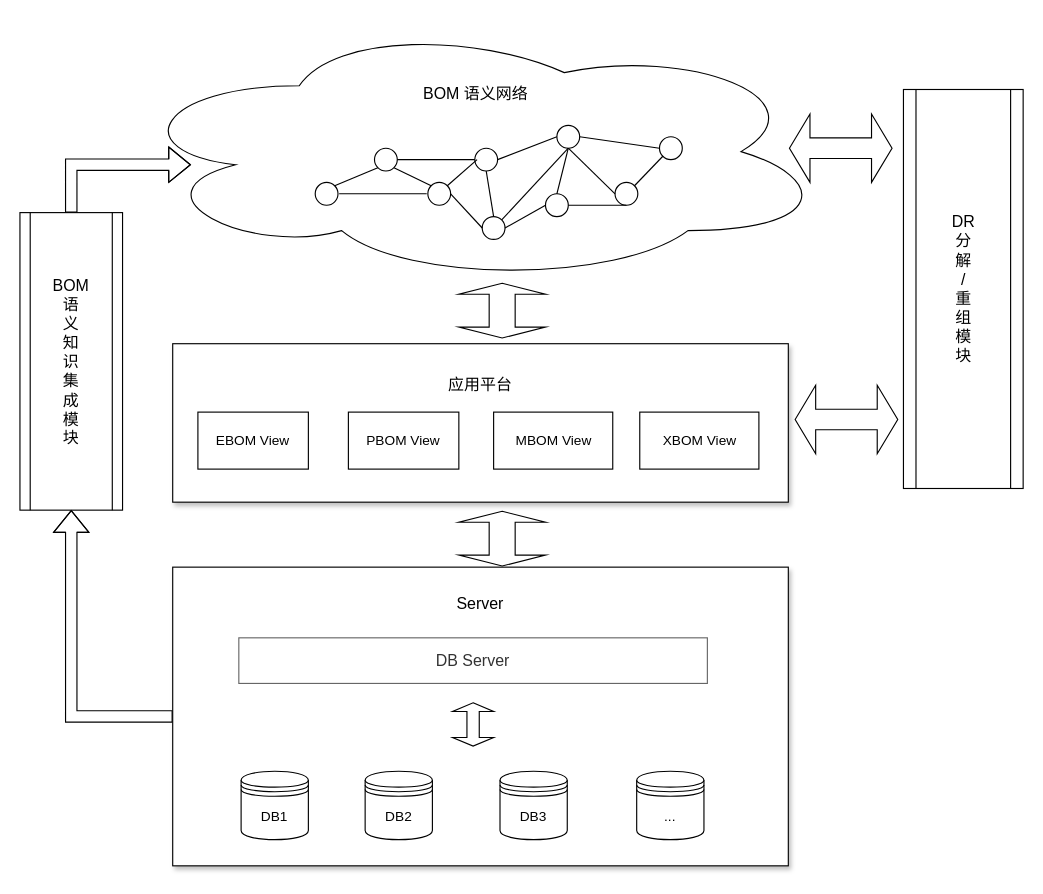
This is BOM/BOM-sys-structure.drawio from littlelittlemoon/DiagramsRepository, a draw.io file, before an edit. Source tidied: cells renumbered, new cells numbered last; positions are measured from the earlier drawing's top-left corner, leaving out a move shared by most shapes. Both pictures are drawn from the tidied source at 114%, with x=0, y=0 at pixel (19, 19).
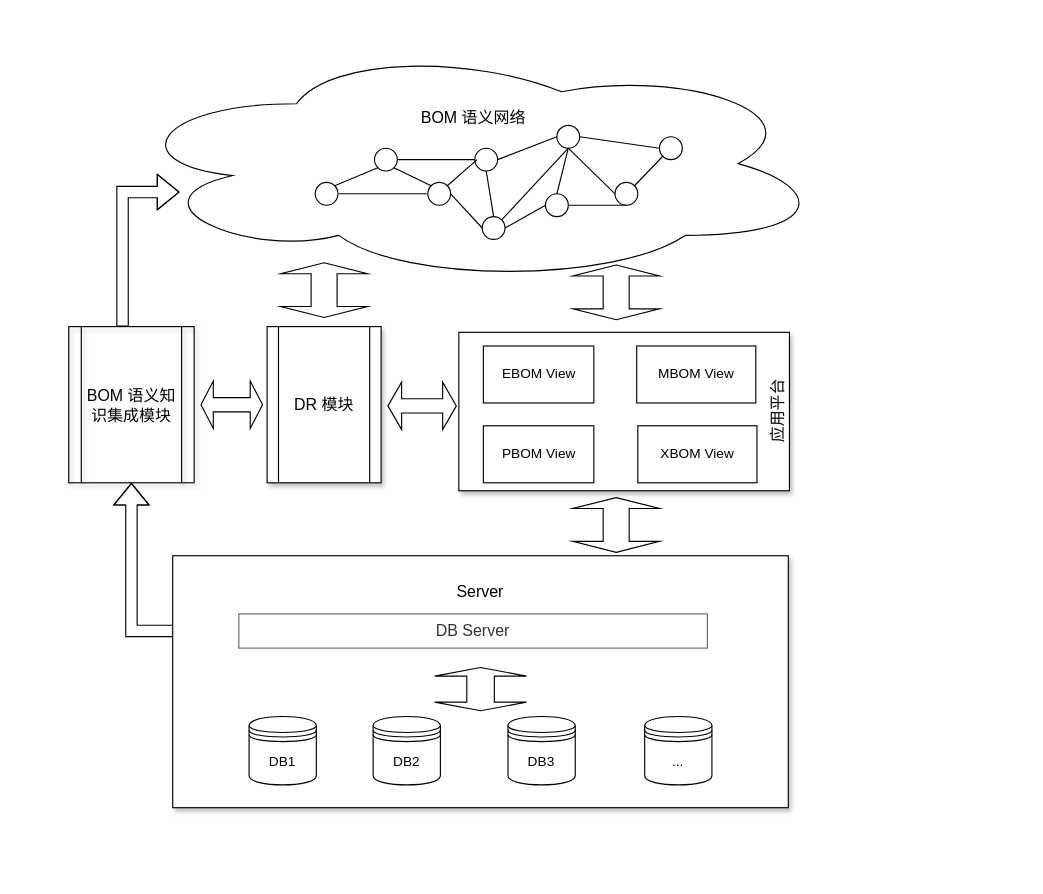
After the change.

The edit, as a diff of the source:
```diff
@@
-    <mxCell id="2" value="&lt;font style=&quot;font-size: 14px&quot;&gt;&lt;br&gt;应用平台&lt;/font&gt;" style="whiteSpace=wrap;html=1;shadow=1;fontSize=16;verticalAlign=top;" parent="1" vertex="1">
-      <mxGeometry x="134" y="284" width="540" height="139" as="geometry" />
+    <mxCell id="2" value="&lt;font style=&quot;font-size: 14px&quot;&gt;&lt;br&gt;应用平台&lt;/font&gt;" style="whiteSpace=wrap;html=1;shadow=1;fontSize=16;verticalAlign=bottom;horizontal=0;align=center;" parent="1" vertex="1">
+      <mxGeometry x="385" y="274" width="290" height="139" as="geometry" />
     </mxCell>
     <mxCell id="3" value="&lt;br style=&quot;font-size: 14px&quot;&gt;&lt;br style=&quot;font-size: 14px&quot;&gt;&lt;br style=&quot;font-size: 14px&quot;&gt;BOM 语义网络" style="ellipse;shape=cloud;whiteSpace=wrap;html=1;verticalAlign=top;fontSize=14;" parent="1" vertex="1">
-      <mxGeometry x="90" width="620" height="231" as="geometry" />
+      <mxGeometry x="87.5" y="21" width="620" height="210" as="geometry" />
     </mxCell>
@@
-    <mxCell id="28" style="edgeStyle=orthogonalEdgeStyle;shape=flexArrow;rounded=0;jettySize=auto;html=1;entryX=0.5;entryY=1;entryDx=0;entryDy=0;fontSize=12;strokeColor=default;fillColor=none;" parent="1" edge="1" source="29" target="43">
+    <mxCell id="28" style="edgeStyle=orthogonalEdgeStyle;shape=flexArrow;rounded=0;jettySize=auto;html=1;entryX=0.5;entryY=1;entryDx=0;entryDy=0;fontSize=12;strokeColor=default;fillColor=none;exitX=0;exitY=0.5;exitDx=0;exitDy=0;" parent="1" edge="1" source="30" target="43">
       <mxGeometry relative="1" as="geometry" />
     </mxCell>
     <mxCell id="29" value="&lt;font style=&quot;font-size: 14px;&quot;&gt;&lt;br style=&quot;font-size: 14px;&quot;&gt;Server&lt;/font&gt;" style="whiteSpace=wrap;html=1;shadow=1;fontSize=14;verticalAlign=top;" parent="1" vertex="1">
-      <mxGeometry x="134" y="480" width="540" height="262" as="geometry" />
+      <mxGeometry x="134" y="470" width="540" height="221" as="geometry" />
     </mxCell>
     <mxCell id="30" value="DB Server" style="whiteSpace=wrap;html=1;shadow=0;fontSize=14;fillColor=none;strokeColor=#666666;verticalAlign=middle;fontColor=#333333;" parent="1" vertex="1">
-      <mxGeometry x="192" y="542" width="411" height="40" as="geometry" />
+      <mxGeometry x="192" y="521" width="411" height="30" as="geometry" />
     </mxCell>
     <mxCell id="31" style="shape=doubleArrow;whiteSpace=wrap;html=1;fontSize=10;verticalAlign=top;direction=south;" parent="1" vertex="1">
-      <mxGeometry x="379.5" y="599" width="36" height="38" as="geometry" />
+      <mxGeometry x="363.8" y="568" width="80.5" height="38" as="geometry" />
     </mxCell>
     <mxCell id="32" style="shape=doubleArrow;whiteSpace=wrap;html=1;fontSize=10;verticalAlign=top;direction=south;" parent="1" vertex="1">
-      <mxGeometry x="385" y="231" width="76" height="48" as="geometry" />
+      <mxGeometry x="485" y="215" width="76" height="48" as="geometry" />
     </mxCell>
-    <mxCell id="33" value="&lt;span style=&quot;font-size: 14px ; background-color: rgb(255 , 255 , 255)&quot;&gt;DR &lt;br&gt;分&lt;br&gt;解&lt;br&gt;/&lt;br&gt;重&lt;br&gt;组&lt;br&gt;模&lt;br&gt;块&lt;/span&gt;" style="shape=process;whiteSpace=wrap;html=1;backgroundOutline=1;fontSize=10;verticalAlign=middle;" parent="1" vertex="1">
-      <mxGeometry x="775" y="61" width="105" height="350" as="geometry" />
+    <mxCell id="33" value="&lt;span style=&quot;font-size: 14px ; background-color: rgb(255 , 255 , 255)&quot;&gt;DR 模块&lt;/span&gt;" style="shape=process;whiteSpace=wrap;html=1;backgroundOutline=1;fontSize=10;verticalAlign=middle;shadow=1;" parent="1" vertex="1">
+      <mxGeometry x="216.8" y="269" width="100" height="137" as="geometry" />
     </mxCell>
     <mxCell id="34" value="DB1" style="shape=datastore;whiteSpace=wrap;html=1;" parent="1" vertex="1">
-      <mxGeometry x="194" y="659" width="59" height="60" as="geometry" />
+      <mxGeometry x="201" y="611" width="59" height="60" as="geometry" />
     </mxCell>
     <mxCell id="35" value="DB2" style="shape=datastore;whiteSpace=wrap;html=1;" parent="1" vertex="1">
-      <mxGeometry x="302.8" y="659" width="59" height="60" as="geometry" />
+      <mxGeometry x="309.8" y="611" width="59" height="60" as="geometry" />
     </mxCell>
     <mxCell id="36" value="DB3" style="shape=datastore;whiteSpace=wrap;html=1;" parent="1" vertex="1">
-      <mxGeometry x="421.1" y="659" width="59" height="60" as="geometry" />
+      <mxGeometry x="428.1" y="611" width="59" height="60" as="geometry" />
     </mxCell>
     <mxCell id="37" value="..." style="shape=datastore;whiteSpace=wrap;html=1;" parent="1" vertex="1">
-      <mxGeometry x="541" y="659" width="59" height="60" as="geometry" />
+      <mxGeometry x="548" y="611" width="59" height="60" as="geometry" />
     </mxCell>
     <mxCell id="38" value="&lt;font style=&quot;font-size: 12px;&quot;&gt;X&lt;/font&gt;BOM View" style="whiteSpace=wrap;html=1;shadow=0;fontSize=12;fillColor=none;strokeColor=#000000;verticalAlign=middle;" parent="1" vertex="1">
-      <mxGeometry x="543.7" y="344" width="104.5" height="50" as="geometry" />
+      <mxGeometry x="542" y="356" width="104.5" height="50" as="geometry" />
     </mxCell>
     <mxCell id="39" style="shape=doubleArrow;whiteSpace=wrap;html=1;shadow=0;fontSize=14;strokeColor=#000000;fillColor=none;" parent="1" vertex="1">
-      <mxGeometry x="680" y="320.5" width="90" height="60" as="geometry" />
+      <mxGeometry x="158.8" y="316.8" width="54" height="41.5" as="geometry" />
     </mxCell>
-    <mxCell id="40" style="shape=doubleArrow;whiteSpace=wrap;html=1;shadow=0;fontSize=14;strokeColor=#000000;fillColor=none;" parent="1" vertex="1">
-      <mxGeometry x="675" y="82.5" width="90" height="60" as="geometry" />
-    </mxCell>
     <mxCell id="41" style="shape=doubleArrow;whiteSpace=wrap;html=1;fontSize=10;verticalAlign=top;direction=south;" parent="1" vertex="1">
-      <mxGeometry x="385" y="431" width="76" height="48" as="geometry" />
+      <mxGeometry x="485" y="419" width="76" height="48" as="geometry" />
     </mxCell>
-    <mxCell id="42" style="edgeStyle=orthogonalEdgeStyle;shape=flexArrow;rounded=0;jettySize=auto;html=1;fontSize=12;strokeColor=default;fillColor=none;" parent="1" edge="1" source="43">
-      <mxGeometry relative="1" as="geometry">
-        <mxPoint x="150" y="127" as="targetPoint" />
-        <Array as="points">
-          <mxPoint x="45" y="127" />
-        </Array>
-      </mxGeometry>
-    </mxCell>
+    <mxCell id="47" style="edgeStyle=orthogonalEdgeStyle;rounded=0;jettySize=auto;html=1;shape=flexArrow;" parent="1" edge="1" source="43">
+      <mxGeometry relative="1" as="geometry">
+        <mxPoint x="140" y="151" as="targetPoint" />
+        <Array as="points">
+          <mxPoint x="90" y="151" />
+          <mxPoint x="169" y="151" />
+        </Array>
+      </mxGeometry>
+    </mxCell>
-    <mxCell id="43" value="BOM &lt;br&gt;语&lt;br&gt;义&lt;br&gt;知&lt;br&gt;识&lt;br&gt;集&lt;br&gt;成&lt;br&gt;模&lt;br&gt;块" style="shape=process;whiteSpace=wrap;html=1;backgroundOutline=1;shadow=0;fontSize=14;strokeColor=#000000;fillColor=none;" parent="1" vertex="1">
-      <mxGeometry y="169" width="90" height="261" as="geometry" />
+    <mxCell id="43" value="BOM 语义知&lt;br&gt;识集成模块" style="shape=process;whiteSpace=wrap;html=1;backgroundOutline=1;shadow=1;fontSize=14;strokeColor=#000000;fillColor=none;" parent="1" vertex="1">
+      <mxGeometry x="42.8" y="269" width="110" height="137" as="geometry" />
     </mxCell>
     <mxCell id="44" value="&lt;font style=&quot;font-size: 12px;&quot;&gt;EBOM View&lt;/font&gt;" style="whiteSpace=wrap;html=1;shadow=0;fontSize=12;fillColor=none;strokeColor=#000000;verticalAlign=middle;" parent="1" vertex="1">
-      <mxGeometry x="156.1" y="344" width="96.9" height="50" as="geometry" />
+      <mxGeometry x="406.5" y="286" width="96.9" height="50" as="geometry" />
     </mxCell>
     <mxCell id="45" value="PBOM View" style="whiteSpace=wrap;html=1;shadow=0;fontSize=12;fillColor=none;strokeColor=#000000;verticalAlign=middle;" parent="1" vertex="1">
-      <mxGeometry x="288.1" y="344" width="96.9" height="50" as="geometry" />
+      <mxGeometry x="406.5" y="356" width="96.9" height="50" as="geometry" />
     </mxCell>
     <mxCell id="46" value="&lt;font style=&quot;font-size: 12px;&quot;&gt;M&lt;/font&gt;BOM View" style="whiteSpace=wrap;html=1;shadow=0;fontSize=12;fillColor=none;strokeColor=#000000;verticalAlign=middle;" parent="1" vertex="1">
-      <mxGeometry x="415.5" y="344" width="104.5" height="50" as="geometry" />
+      <mxGeometry x="541" y="286" width="104.5" height="50" as="geometry" />
     </mxCell>
+    <mxCell id="48" style="shape=doubleArrow;whiteSpace=wrap;html=1;shadow=0;fontSize=14;strokeColor=#000000;fillColor=none;" parent="1" vertex="1">
+      <mxGeometry x="322.8" y="317.8" width="60" height="41.5" as="geometry" />
+    </mxCell>
+    <mxCell id="49" style="shape=doubleArrow;whiteSpace=wrap;html=1;fontSize=10;verticalAlign=top;direction=south;" parent="1" vertex="1">
+      <mxGeometry x="228.8" y="213" width="76" height="48" as="geometry" />
+    </mxCell>
```
